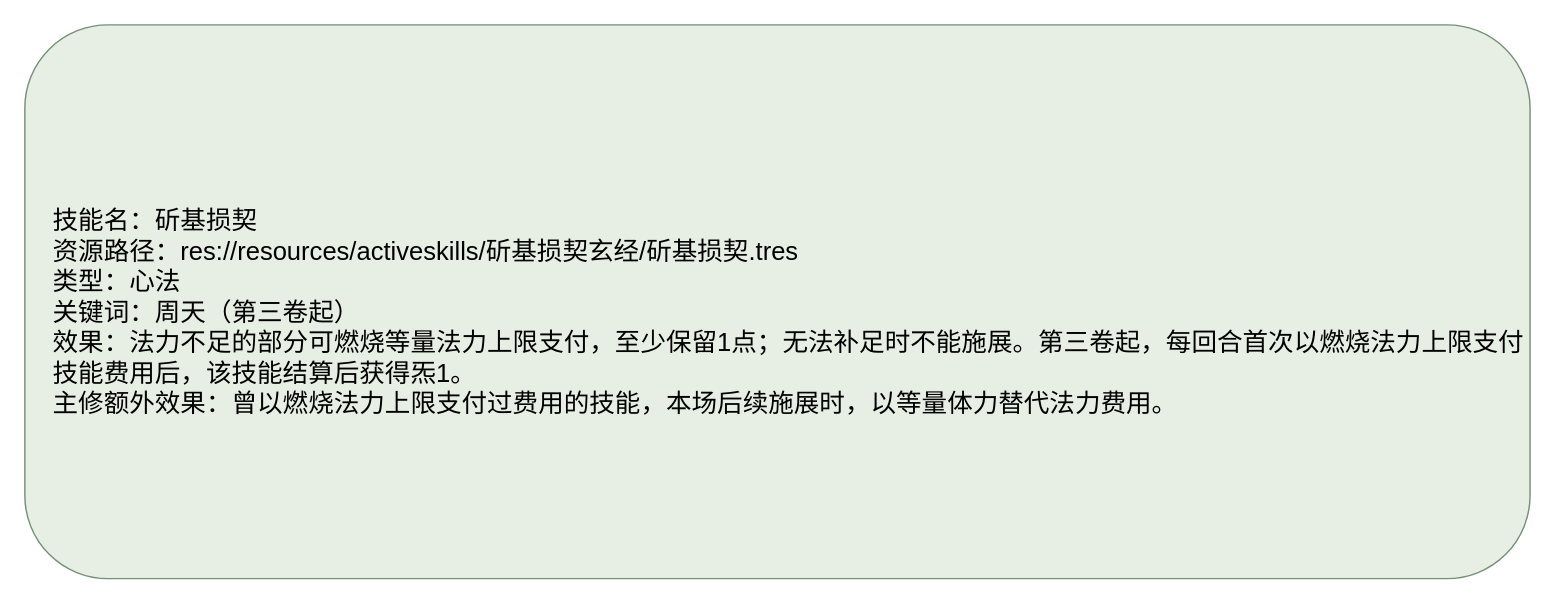
Earlier version of the draw.io diagram docs/卡牌词典/秘籍技能/斫基损契玄经/斫基损契.drawio (ankundanetracyc-spec/tian-guan-you-du). Source tidied: cells renumbered, new cells numbered last; positions are measured from the earlier drawing's top-left corner, leaving out a move shared by most shapes. Both pictures are drawn from the tidied source at 142%, with x=0, y=0 at pixel (24, 24).
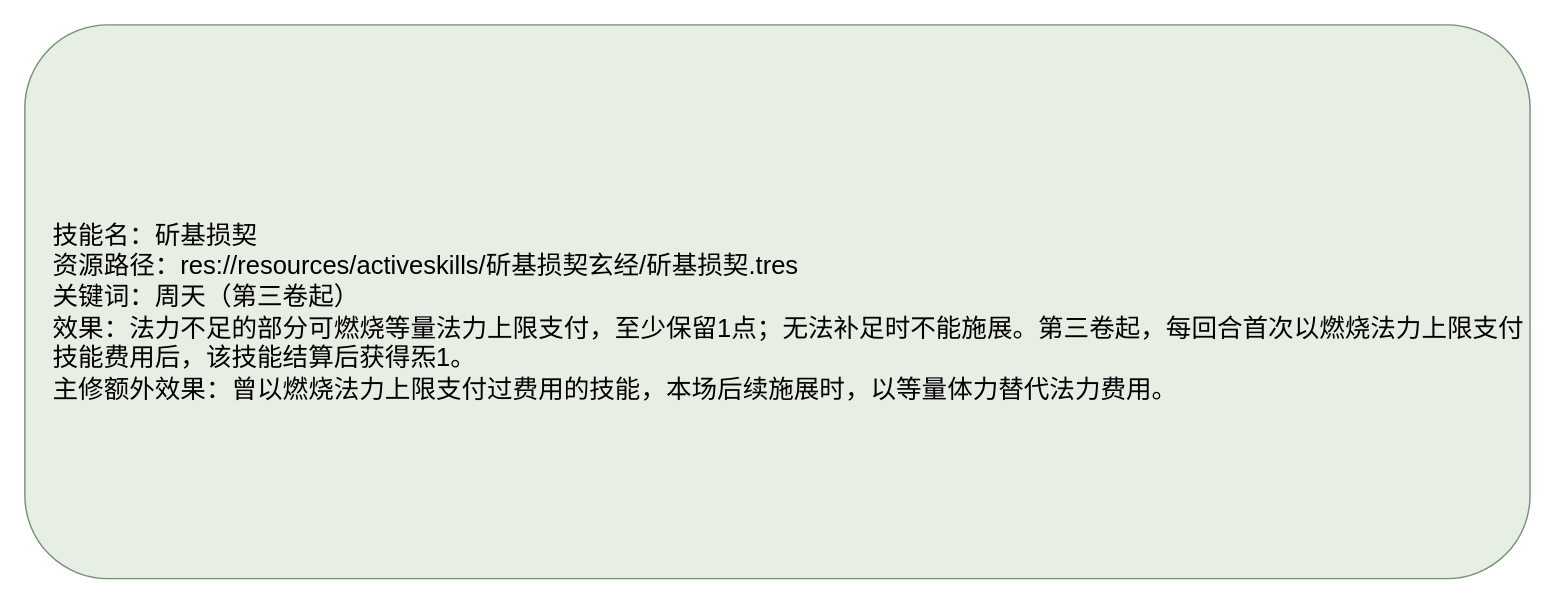
Above is the later version.

Diff of the diagram source:
```diff
@@
 <mxGraphModel>
   <root>
     <mxCell id="0" />
     <mxCell id="1" parent="0" />
-    <mxCell id="2" value="&lt;div style=&quot;text-align:left;&quot;&gt;技能名：斫基损契&lt;br&gt;资源路径：res://resources/activeskills/斫基损契玄经/斫基损契.tres&lt;br&gt;类型：心法&lt;br&gt;关键词：周天（第三卷起）&lt;br&gt;效果：法力不足的部分可燃烧等量法力上限支付，至少保留1点；无法补足时不能施展。第三卷起，每回合首次以燃烧法力上限支付技能费用后，该技能结算后获得炁1。&lt;br&gt;主修额外效果：曾以燃烧法力上限支付过费用的技能，本场后续施展时，以等量体力替代法力费用。&lt;/div&gt;" style="rounded=1;whiteSpace=wrap;html=1;fillColor=#e7eee4;strokeColor=#769078;fontSize=18;align=left;spacingLeft=18;spacingTop=16;" parent="1" vertex="1">
+    <mxCell id="2" value="&lt;div style=&quot;text-align:left;&quot;&gt;技能名：斫基损契&lt;br&gt;资源路径：res://resources/activeskills/斫基损契玄经/斫基损契.tres&lt;br&gt;关键词：周天（第三卷起）&lt;br&gt;效果：法力不足的部分可燃烧等量法力上限支付，至少保留1点；无法补足时不能施展。第三卷起，每回合首次以燃烧法力上限支付技能费用后，该技能结算后获得炁1。&lt;br&gt;主修额外效果：曾以燃烧法力上限支付过费用的技能，本场后续施展时，以等量体力替代法力费用。&lt;/div&gt;" style="rounded=1;whiteSpace=wrap;html=1;fillColor=#e7eee4;strokeColor=#769078;fontSize=18;align=left;spacingLeft=18;spacingTop=16;" parent="1" vertex="1">
       <mxGeometry width="1060" height="390" as="geometry" />
     </mxCell>
   </root>
 </mxGraphModel>
```
